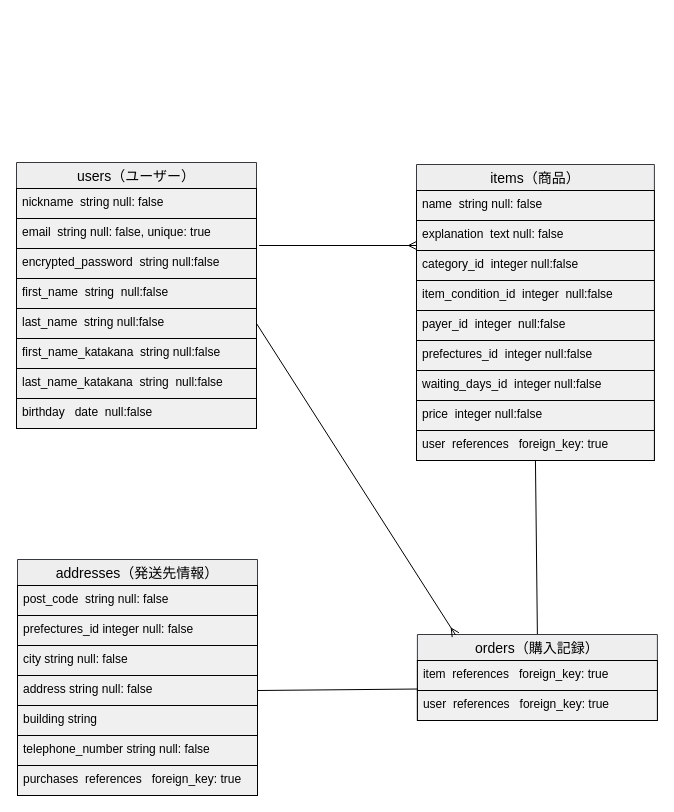
Above: furima.dio in tame3239/furima-37851 (draw.io), before the change. Source tidied: cells renumbered, new cells numbered last; positions are measured from the earlier drawing's top-left corner, leaving out a move shared by most shapes. Both pictures are drawn from the tidied source at 100%, with x=0, y=0 at pixel (16, 162).
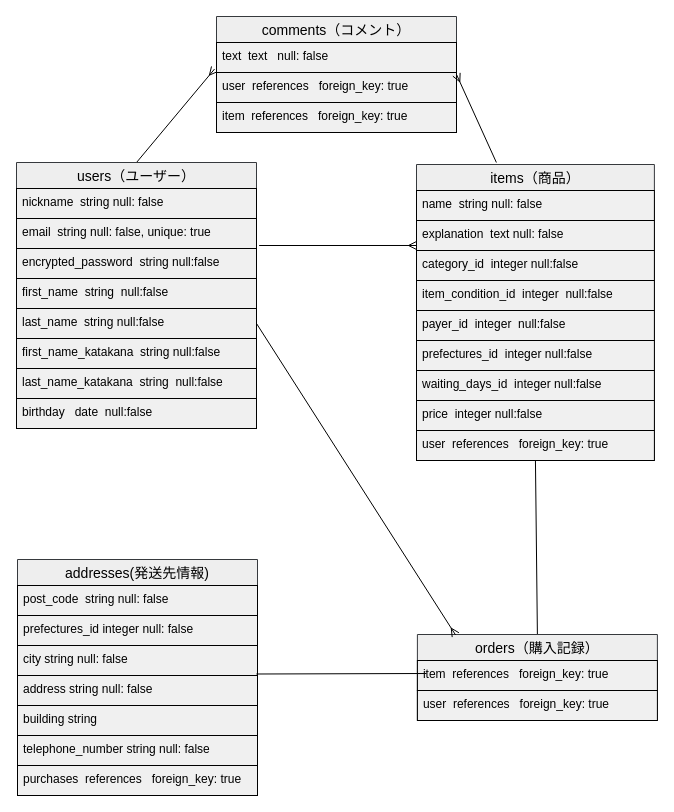
After the change.

The change refers to these unchanged cells:
```xml
<mxCell id="3" value="users（ユーザー）" style="swimlane;fontStyle=0;horizontal=1;startSize=26;align=center;fontSize=14;fillColor=#eeeeee;strokeColor=#36393d;fontColor=#000000;" parent="1" vertex="1">
  <mxGeometry width="240" height="266" as="geometry" />
</mxCell>
<mxCell id="5" value="email  string null: false, unique: true  " style="text;strokeColor=#000000;fillColor=#F0F0F0;spacingLeft=4;spacingRight=4;overflow=hidden;points=[[0,0.5],[1,0.5]];portConstraint=eastwest;fontSize=12;fontColor=#000000;" parent="3" vertex="1">
  <mxGeometry y="56" width="240" height="30" as="geometry" />
</mxCell>
<mxCell id="15" value="explanation  text null: false  " style="text;strokeColor=#000000;fillColor=#F0F0F0;spacingLeft=4;spacingRight=4;overflow=hidden;points=[[0,0.5],[1,0.5]];portConstraint=eastwest;fontSize=12;fontColor=#000000;" parent="13" vertex="1">
  <mxGeometry y="56" width="237.9" height="30" as="geometry" />
</mxCell>
<mxCell id="24" value="item  references   foreign_key: true      " style="text;strokeColor=#000000;fillColor=#F0F0F0;spacingLeft=4;spacingRight=4;overflow=hidden;points=[[0,0.5],[1,0.5]];portConstraint=eastwest;fontSize=12;fontColor=#000000;" parent="23" vertex="1">
  <mxGeometry y="26" width="240" height="30" as="geometry" />
</mxCell>
<mxCell id="30" value="address string null: false " style="text;strokeColor=#000000;fillColor=#F0F0F0;spacingLeft=4;spacingRight=4;overflow=hidden;points=[[0,0.5],[1,0.5]];portConstraint=eastwest;fontSize=12;fontColor=#000000;" parent="26" vertex="1">
  <mxGeometry y="116" width="240" height="30" as="geometry" />
</mxCell>
```

Change to the diagram source:
```diff
@@
-    <mxCell id="2" style="edgeStyle=none;html=1;exitX=1.011;exitY=0.9;exitDx=0;exitDy=0;endArrow=ERmany;endFill=0;exitPerimeter=0;" parent="1" edge="1" source="5">
-      <mxGeometry relative="1" as="geometry">
-        <mxPoint x="400" y="83" as="targetPoint" />
-      </mxGeometry>
+    <mxCell id="2" style="edgeStyle=none;html=1;exitX=1.011;exitY=0.9;exitDx=0;exitDy=0;endArrow=ERmany;endFill=0;exitPerimeter=0;entryX=0;entryY=0.833;entryDx=0;entryDy=0;entryPerimeter=0;" parent="1" edge="1" source="5" target="15">
+      <mxGeometry relative="1" as="geometry" />
     </mxCell>
+    <mxCell id="36" style="edgeStyle=none;html=1;exitX=0.5;exitY=0;exitDx=0;exitDy=0;endArrow=ERmany;endFill=0;entryX=-0.008;entryY=-0.117;entryDx=0;entryDy=0;entryPerimeter=0;" parent="1" edge="1" source="3" target="39">
+      <mxGeometry relative="1" as="geometry" />
+    </mxCell>
@@
-    <mxCell id="26" value="addresses（発送先情報）" style="swimlane;fontStyle=0;horizontal=1;startSize=26;align=center;fontSize=14;fillColor=#eeeeee;strokeColor=#36393d;fontColor=#000000;" parent="1" vertex="1">
+    <mxCell id="26" value="addresses(発送先情報)" style="swimlane;fontStyle=0;horizontal=1;startSize=26;align=center;fontSize=14;fillColor=#eeeeee;strokeColor=#36393d;fontColor=#000000;" parent="1" vertex="1">
       <mxGeometry x="1" y="397" width="240" height="236" as="geometry" />
     </mxCell>
@@
-    <mxCell id="35" style="edgeStyle=none;html=1;exitX=1;exitY=0.5;exitDx=0;exitDy=0;entryX=0.002;entryY=0.951;entryDx=0;entryDy=0;entryPerimeter=0;endArrow=none;endFill=0;" parent="1" edge="1" source="30" target="24">
-      <mxGeometry relative="1" as="geometry" />
+    <mxCell id="35" style="edgeStyle=none;html=1;exitX=1.008;exitY=0.283;exitDx=0;exitDy=0;endArrow=none;endFill=0;exitPerimeter=0;" parent="1" edge="1">
+      <mxGeometry relative="1" as="geometry">
+        <mxPoint x="239.9" y="511.5" as="sourcePoint" />
+        <mxPoint x="410" y="511" as="targetPoint" />
+      </mxGeometry>
     </mxCell>
+    <mxCell id="37" value="comments（コメント）" style="swimlane;fontStyle=0;horizontal=1;startSize=26;align=center;fontSize=14;fillColor=#eeeeee;strokeColor=#36393d;fontColor=#000000;" parent="1" vertex="1">
+      <mxGeometry x="200" y="-146" width="240" height="116" as="geometry" />
+    </mxCell>
+    <mxCell id="38" value="text  text   null: false      " style="text;strokeColor=#000000;fillColor=#F0F0F0;spacingLeft=4;spacingRight=4;overflow=hidden;fontSize=12;fontColor=#000000;" parent="37" vertex="1">
+      <mxGeometry y="26" width="240" height="30" as="geometry" />
+    </mxCell>
+    <mxCell id="39" value="user  references   foreign_key: true      " style="text;strokeColor=#000000;fillColor=#F0F0F0;spacingLeft=4;spacingRight=4;overflow=hidden;points=[[0,0.5],[1,0.5]];portConstraint=eastwest;fontSize=12;fontColor=#000000;" parent="37" vertex="1">
+      <mxGeometry y="56" width="240" height="30" as="geometry" />
+    </mxCell>
+    <mxCell id="40" value="item  references   foreign_key: true      " style="text;strokeColor=#000000;fillColor=#F0F0F0;spacingLeft=4;spacingRight=4;overflow=hidden;fontSize=12;fontColor=#000000;" parent="37" vertex="1">
+      <mxGeometry y="86" width="240" height="30" as="geometry" />
+    </mxCell>
+    <mxCell id="41" style="edgeStyle=none;html=1;exitX=0.5;exitY=0;exitDx=0;exitDy=0;endArrow=ERmany;endFill=0;entryX=1;entryY=0.5;entryDx=0;entryDy=0;" parent="1" edge="1" target="37">
+      <mxGeometry relative="1" as="geometry">
+        <mxPoint x="479.9" as="sourcePoint" />
+      </mxGeometry>
+    </mxCell>
```
